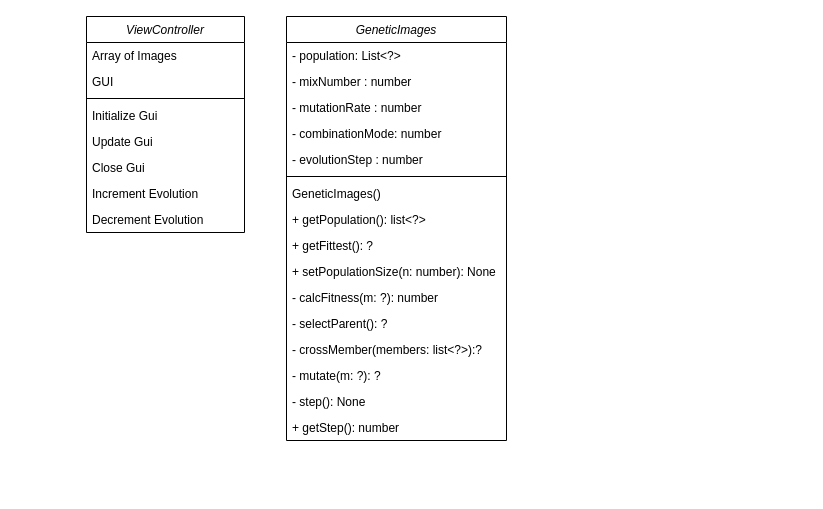
Above: page "Implementation UML" (2 of 2) of docs/UML_2_23.drawio in tone-man/hancockcraveirocanfield_3335_project2 (draw.io), before the change. Source tidied: cells renumbered, new cells numbered last; positions are measured from the earlier drawing's top-left corner, leaving out a move shared by most shapes. Both pictures are drawn from the tidied source at 100%, with x=0, y=0 at pixel (86, 16).
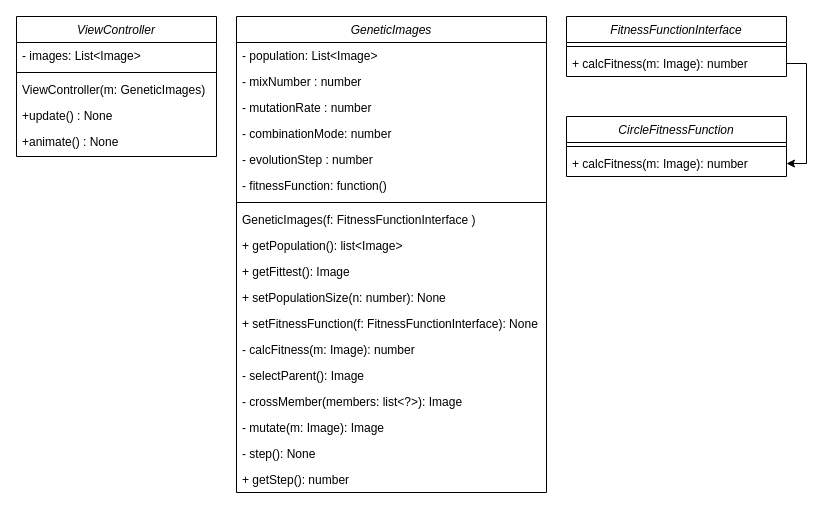
After the change.

Change to the diagram source:
```diff
@@
     <mxCell id="2" value="GeneticImages" style="swimlane;fontStyle=2;align=center;verticalAlign=top;horizontal=1;startSize=26;rounded=0;shadow=0;strokeWidth=1;" parent="1" vertex="1">
-      <mxGeometry x="200" width="220" height="424" as="geometry" />
+      <mxGeometry x="150" width="310" height="476" as="geometry" />
     </mxCell>
-    <mxCell id="3" value="- population: List&lt;?&gt;" style="text;align=left;verticalAlign=top;spacingLeft=4;spacingRight=4;overflow=hidden;" parent="2" vertex="1">
-      <mxGeometry y="26" width="220" height="26" as="geometry" />
+    <mxCell id="3" value="- population: List&lt;Image&gt;" style="text;align=left;verticalAlign=top;spacingLeft=4;spacingRight=4;overflow=hidden;" parent="2" vertex="1">
+      <mxGeometry y="26" width="310" height="26" as="geometry" />
     </mxCell>
     <mxCell id="4" value="- mixNumber : number" style="text;align=left;verticalAlign=top;spacingLeft=4;spacingRight=4;overflow=hidden;rounded=0;shadow=0;html=0;" parent="2" vertex="1">
-      <mxGeometry y="52" width="220" height="26" as="geometry" />
+      <mxGeometry y="52" width="310" height="26" as="geometry" />
     </mxCell>
     <mxCell id="5" value="- mutationRate : number" style="text;align=left;verticalAlign=top;spacingLeft=4;spacingRight=4;overflow=hidden;" parent="2" vertex="1">
-      <mxGeometry y="78" width="220" height="26" as="geometry" />
+      <mxGeometry y="78" width="310" height="26" as="geometry" />
     </mxCell>
     <mxCell id="6" value="- combinationMode: number " style="text;align=left;verticalAlign=top;spacingLeft=4;spacingRight=4;overflow=hidden;" parent="2" vertex="1">
-      <mxGeometry y="104" width="220" height="26" as="geometry" />
+      <mxGeometry y="104" width="310" height="26" as="geometry" />
     </mxCell>
+    <mxCell id="28" value="- evolutionStep : number" style="text;align=left;verticalAlign=top;spacingLeft=4;spacingRight=4;overflow=hidden;" parent="2" vertex="1">
+      <mxGeometry y="130" width="310" height="26" as="geometry" />
+    </mxCell>
-    <mxCell id="7" value="- evolutionStep : number" style="text;align=left;verticalAlign=top;spacingLeft=4;spacingRight=4;overflow=hidden;" parent="2" vertex="1">
-      <mxGeometry y="130" width="220" height="26" as="geometry" />
+    <mxCell id="7" value="- fitnessFunction: function()" style="text;align=left;verticalAlign=top;spacingLeft=4;spacingRight=4;overflow=hidden;" parent="2" vertex="1">
+      <mxGeometry y="156" width="310" height="26" as="geometry" />
     </mxCell>
     <mxCell id="8" style="line;html=1;strokeWidth=1;align=left;verticalAlign=middle;spacingTop=-1;spacingLeft=3;spacingRight=3;labelPosition=right;" parent="2" vertex="1">
-      <mxGeometry y="156" width="220" height="8" as="geometry" />
+      <mxGeometry y="182" width="310" height="8" as="geometry" />
     </mxCell>
-    <mxCell id="9" value="GeneticImages()" style="text;align=left;verticalAlign=top;spacingLeft=4;spacingRight=4;overflow=hidden;" parent="2" vertex="1">
-      <mxGeometry y="164" width="220" height="26" as="geometry" />
+    <mxCell id="9" value="GeneticImages(f: FitnessFunctionInterface )" style="text;align=left;verticalAlign=top;spacingLeft=4;spacingRight=4;overflow=hidden;" parent="2" vertex="1">
+      <mxGeometry y="190" width="310" height="26" as="geometry" />
     </mxCell>
-    <mxCell id="10" value="+ getPopulation(): list&lt;?&gt;" style="text;align=left;verticalAlign=top;spacingLeft=4;spacingRight=4;overflow=hidden;" parent="2" vertex="1">
-      <mxGeometry y="190" width="220" height="26" as="geometry" />
+    <mxCell id="10" value="+ getPopulation(): list&lt;Image&gt;" style="text;align=left;verticalAlign=top;spacingLeft=4;spacingRight=4;overflow=hidden;" parent="2" vertex="1">
+      <mxGeometry y="216" width="310" height="26" as="geometry" />
     </mxCell>
-    <mxCell id="11" value="+ getFittest(): ?" style="text;align=left;verticalAlign=top;spacingLeft=4;spacingRight=4;overflow=hidden;" parent="2" vertex="1">
-      <mxGeometry y="216" width="220" height="26" as="geometry" />
+    <mxCell id="11" value="+ getFittest(): Image" style="text;align=left;verticalAlign=top;spacingLeft=4;spacingRight=4;overflow=hidden;" parent="2" vertex="1">
+      <mxGeometry y="242" width="310" height="26" as="geometry" />
     </mxCell>
     <mxCell id="12" value="+ setPopulationSize(n: number): None" style="text;align=left;verticalAlign=top;spacingLeft=4;spacingRight=4;overflow=hidden;" parent="2" vertex="1">
-      <mxGeometry y="242" width="220" height="26" as="geometry" />
+      <mxGeometry y="268" width="310" height="26" as="geometry" />
     </mxCell>
+    <mxCell id="29" value="+ setFitnessFunction(f: FitnessFunctionInterface): None" style="text;align=left;verticalAlign=top;spacingLeft=4;spacingRight=4;overflow=hidden;" parent="2" vertex="1">
+      <mxGeometry y="294" width="310" height="26" as="geometry" />
+    </mxCell>
-    <mxCell id="13" value="- calcFitness(m: ?): number" style="text;align=left;verticalAlign=top;spacingLeft=4;spacingRight=4;overflow=hidden;" parent="2" vertex="1">
-      <mxGeometry y="268" width="220" height="26" as="geometry" />
+    <mxCell id="13" value="- calcFitness(m: Image): number" style="text;align=left;verticalAlign=top;spacingLeft=4;spacingRight=4;overflow=hidden;" parent="2" vertex="1">
+      <mxGeometry y="320" width="310" height="26" as="geometry" />
     </mxCell>
-    <mxCell id="14" value="- selectParent(): ?" style="text;align=left;verticalAlign=top;spacingLeft=4;spacingRight=4;overflow=hidden;" parent="2" vertex="1">
-      <mxGeometry y="294" width="220" height="26" as="geometry" />
+    <mxCell id="14" value="- selectParent(): Image" style="text;align=left;verticalAlign=top;spacingLeft=4;spacingRight=4;overflow=hidden;" parent="2" vertex="1">
+      <mxGeometry y="346" width="310" height="26" as="geometry" />
     </mxCell>
-    <mxCell id="15" value="- crossMember(members: list&lt;?&gt;):?" style="text;align=left;verticalAlign=top;spacingLeft=4;spacingRight=4;overflow=hidden;" parent="2" vertex="1">
-      <mxGeometry y="320" width="220" height="26" as="geometry" />
+    <mxCell id="15" value="- crossMember(members: list&lt;?&gt;): Image" style="text;align=left;verticalAlign=top;spacingLeft=4;spacingRight=4;overflow=hidden;" parent="2" vertex="1">
+      <mxGeometry y="372" width="310" height="26" as="geometry" />
     </mxCell>
-    <mxCell id="16" value="- mutate(m: ?): ?" style="text;align=left;verticalAlign=top;spacingLeft=4;spacingRight=4;overflow=hidden;" parent="2" vertex="1">
-      <mxGeometry y="346" width="220" height="26" as="geometry" />
+    <mxCell id="16" value="- mutate(m: Image): Image" style="text;align=left;verticalAlign=top;spacingLeft=4;spacingRight=4;overflow=hidden;" parent="2" vertex="1">
+      <mxGeometry y="398" width="310" height="26" as="geometry" />
     </mxCell>
     <mxCell id="17" value="- step(): None" style="text;align=left;verticalAlign=top;spacingLeft=4;spacingRight=4;overflow=hidden;" parent="2" vertex="1">
-      <mxGeometry y="372" width="220" height="26" as="geometry" />
+      <mxGeometry y="424" width="310" height="26" as="geometry" />
     </mxCell>
     <mxCell id="18" value="+ getStep(): number" style="text;align=left;verticalAlign=top;spacingLeft=4;spacingRight=4;overflow=hidden;" parent="2" vertex="1">
-      <mxGeometry y="398" width="220" height="26" as="geometry" />
+      <mxGeometry y="450" width="310" height="26" as="geometry" />
     </mxCell>
     <mxCell id="19" value="ViewController" style="swimlane;fontStyle=2;align=center;verticalAlign=top;horizontal=1;startSize=26;rounded=0;shadow=0;strokeWidth=1;" parent="1" vertex="1">
-      <mxGeometry width="158" height="216" as="geometry" />
+      <mxGeometry x="-70" width="200" height="140" as="geometry" />
     </mxCell>
-    <mxCell id="20" value="Array of Images" style="text;align=left;verticalAlign=top;spacingLeft=4;spacingRight=4;overflow=hidden;" parent="19" vertex="1">
-      <mxGeometry y="26" width="158" height="26" as="geometry" />
+    <mxCell id="20" value="- images: List&lt;Image&gt;" style="text;align=left;verticalAlign=top;spacingLeft=4;spacingRight=4;overflow=hidden;" parent="19" vertex="1">
+      <mxGeometry y="26" width="200" height="26" as="geometry" />
     </mxCell>
-    <mxCell id="21" value="GUI" style="text;align=left;verticalAlign=top;spacingLeft=4;spacingRight=4;overflow=hidden;" parent="19" vertex="1">
-      <mxGeometry y="52" width="158" height="26" as="geometry" />
-    </mxCell>
     <mxCell id="22" style="line;html=1;strokeWidth=1;align=left;verticalAlign=middle;spacingTop=-1;spacingLeft=3;spacingRight=3;labelPosition=right;" parent="19" vertex="1">
-      <mxGeometry y="78" width="158" height="8" as="geometry" />
+      <mxGeometry y="52" width="200" height="8" as="geometry" />
     </mxCell>
-    <mxCell id="23" value="Initialize Gui" style="text;align=left;verticalAlign=top;spacingLeft=4;spacingRight=4;overflow=hidden;" parent="19" vertex="1">
-      <mxGeometry y="86" width="158" height="26" as="geometry" />
+    <mxCell id="23" value="ViewController(m: GeneticImages)" style="text;align=left;verticalAlign=top;spacingLeft=4;spacingRight=4;overflow=hidden;" parent="19" vertex="1">
+      <mxGeometry y="60" width="200" height="26" as="geometry" />
     </mxCell>
-    <mxCell id="24" value="Update Gui" style="text;align=left;verticalAlign=top;spacingLeft=4;spacingRight=4;overflow=hidden;" parent="19" vertex="1">
-      <mxGeometry y="112" width="158" height="26" as="geometry" />
+    <mxCell id="24" value="+update() : None" style="text;align=left;verticalAlign=top;spacingLeft=4;spacingRight=4;overflow=hidden;" parent="19" vertex="1">
+      <mxGeometry y="86" width="200" height="26" as="geometry" />
     </mxCell>
-    <mxCell id="25" value="Close Gui" style="text;align=left;verticalAlign=top;spacingLeft=4;spacingRight=4;overflow=hidden;" parent="19" vertex="1">
-      <mxGeometry y="138" width="158" height="26" as="geometry" />
-    </mxCell>
-    <mxCell id="26" value="Increment Evolution" style="text;align=left;verticalAlign=top;spacingLeft=4;spacingRight=4;overflow=hidden;" parent="19" vertex="1">
-      <mxGeometry y="164" width="158" height="26" as="geometry" />
+    <mxCell id="26" value="+animate() : None" style="text;align=left;verticalAlign=top;spacingLeft=4;spacingRight=4;overflow=hidden;" parent="19" vertex="1">
+      <mxGeometry y="112" width="200" height="26" as="geometry" />
     </mxCell>
-    <mxCell id="27" value="Decrement Evolution" style="text;align=left;verticalAlign=top;spacingLeft=4;spacingRight=4;overflow=hidden;" parent="19" vertex="1">
-      <mxGeometry y="190" width="158" height="26" as="geometry" />
-    </mxCell>
+    <mxCell id="30" value="FitnessFunctionInterface" style="swimlane;fontStyle=2;align=center;verticalAlign=top;horizontal=1;startSize=26;rounded=0;shadow=0;strokeWidth=1;" parent="1" vertex="1">
+      <mxGeometry x="480" width="220" height="60" as="geometry" />
+    </mxCell>
+    <mxCell id="31" style="line;html=1;strokeWidth=1;align=left;verticalAlign=middle;spacingTop=-1;spacingLeft=3;spacingRight=3;labelPosition=right;" parent="30" vertex="1">
+      <mxGeometry y="26" width="220" height="8" as="geometry" />
+    </mxCell>
+    <mxCell id="32" value="+ calcFitness(m: Image): number" style="text;align=left;verticalAlign=top;spacingLeft=4;spacingRight=4;overflow=hidden;points=[[0,0.5],[1,0.5]];portConstraint=eastwest;" parent="30" vertex="1">
+      <mxGeometry y="34" width="220" height="26" as="geometry" />
+    </mxCell>
+    <mxCell id="33" value="CircleFitnessFunction" style="swimlane;fontStyle=2;align=center;verticalAlign=top;horizontal=1;startSize=26;rounded=0;shadow=0;strokeWidth=1;" parent="1" vertex="1">
+      <mxGeometry x="480" y="100" width="220" height="60" as="geometry" />
+    </mxCell>
+    <mxCell id="34" style="line;html=1;strokeWidth=1;align=left;verticalAlign=middle;spacingTop=-1;spacingLeft=3;spacingRight=3;labelPosition=right;" parent="33" vertex="1">
+      <mxGeometry y="26" width="220" height="8" as="geometry" />
+    </mxCell>
+    <mxCell id="35" value="+ calcFitness(m: Image): number" style="text;align=left;verticalAlign=top;spacingLeft=4;spacingRight=4;overflow=hidden;points=[[0,0.5],[1,0.5]];portConstraint=eastwest;" parent="33" vertex="1">
+      <mxGeometry y="34" width="220" height="26" as="geometry" />
+    </mxCell>
+    <mxCell id="36" style="edgeStyle=orthogonalEdgeStyle;rounded=0;jettySize=auto;html=1;exitX=1;exitY=0.5;exitDx=0;exitDy=0;entryX=1;entryY=0.5;entryDx=0;entryDy=0;" parent="1" edge="1" source="32" target="35">
+      <mxGeometry relative="1" as="geometry" />
+    </mxCell>
```
